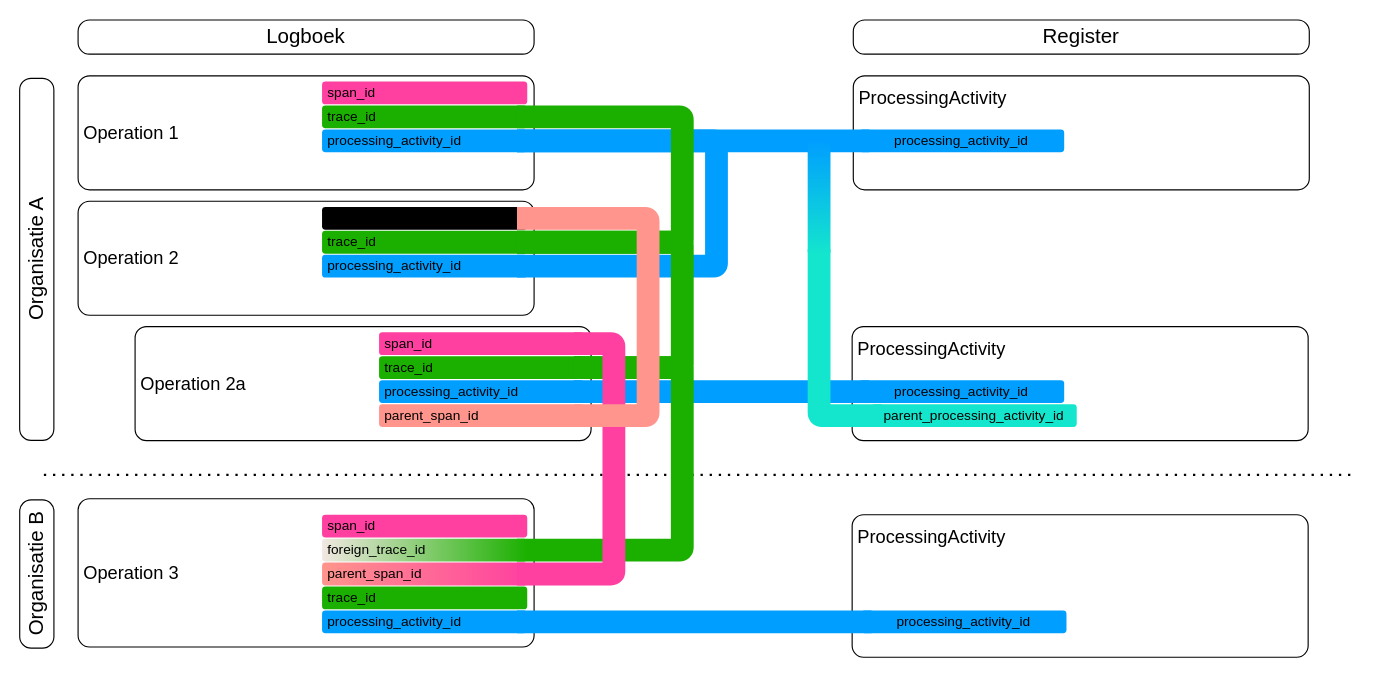
This is page "Totaal-abstract" (2 of 15) of media/LogboekDataVerwerking.drawio from Logius-standaarden/logboek-dataverwerkingen-inleiding, a draw.io file, before an edit. Source tidied: cells renumbered, new cells numbered last; positions are measured from the earlier drawing's top-left corner, leaving out a move shared by most shapes. Both pictures are drawn from the tidied source at 114%, with x=0, y=0 at pixel (-145, 19).
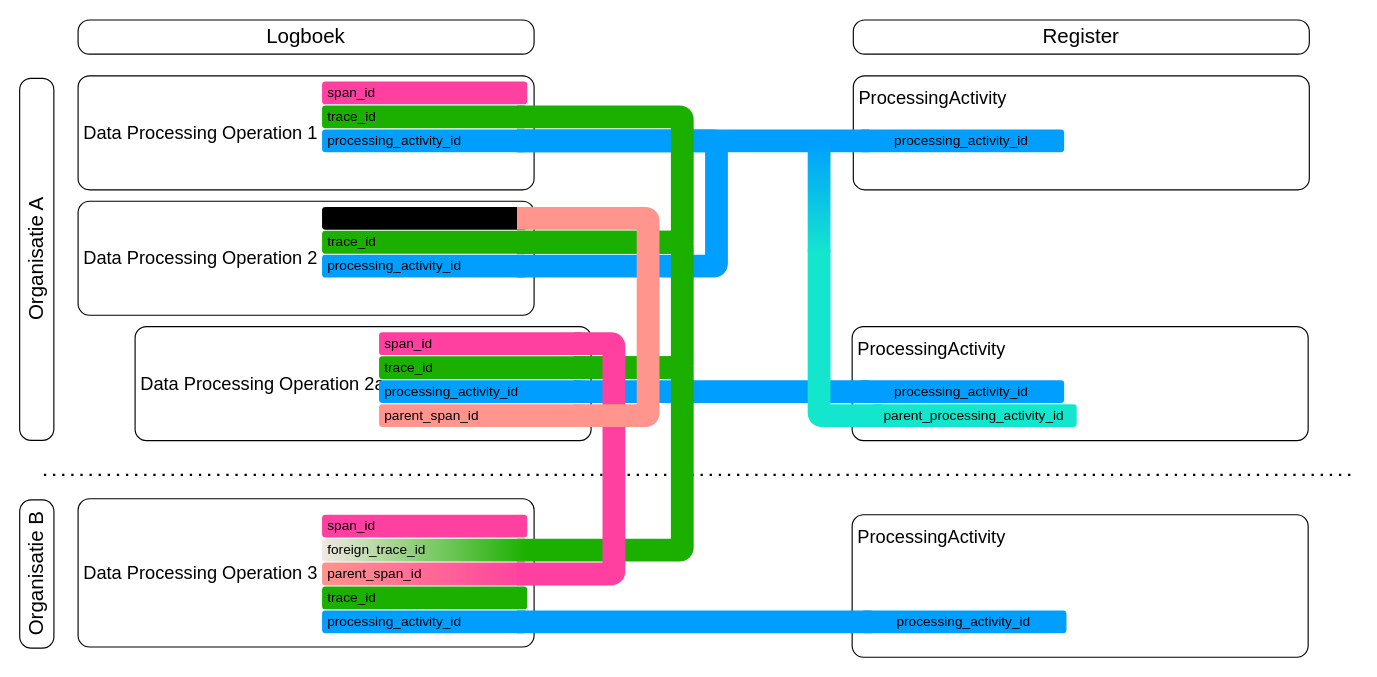
The same diagram, later.

The edit, as a diff of the source:
```diff
@@
-    <mxCell id="2" value="Operation 2" style="rounded=1;whiteSpace=wrap;html=1;align=left;fontSize=16;spacing=5;absoluteArcSize=1;" parent="1" vertex="1">
+    <mxCell id="2" value="Data Processing Operation 2" style="rounded=1;whiteSpace=wrap;html=1;align=left;fontSize=16;spacing=5;absoluteArcSize=1;" parent="1" vertex="1">
       <mxGeometry x="195" y="159" width="400" height="100" as="geometry" />
     </mxCell>
@@
-    <mxCell id="4" value="Operation 1" style="rounded=1;whiteSpace=wrap;html=1;align=left;fontSize=16;spacing=5;absoluteArcSize=1;" parent="1" vertex="1">
+    <mxCell id="4" value="Data Processing Operation 1" style="rounded=1;whiteSpace=wrap;html=1;align=left;fontSize=16;spacing=5;absoluteArcSize=1;" parent="1" vertex="1">
       <mxGeometry x="195" y="49" width="400" height="100" as="geometry" />
     </mxCell>
-    <mxCell id="5" value="Operation 2a" style="rounded=1;whiteSpace=wrap;html=1;align=left;fontSize=16;spacing=5;absoluteArcSize=1;" parent="1" vertex="1">
+    <mxCell id="5" value="Data Processing Operation 2a" style="rounded=1;whiteSpace=wrap;html=1;align=left;fontSize=16;spacing=5;absoluteArcSize=1;" parent="1" vertex="1">
       <mxGeometry x="245" y="269" width="400" height="100" as="geometry" />
     </mxCell>
@@
-    <mxCell id="18" value="Operation 3" style="rounded=1;whiteSpace=wrap;html=1;align=left;fontSize=16;spacing=5;absoluteArcSize=1;" parent="1" vertex="1">
+    <mxCell id="18" value="Data Processing Operation 3" style="rounded=1;whiteSpace=wrap;html=1;align=left;fontSize=16;spacing=5;absoluteArcSize=1;" parent="1" vertex="1">
       <mxGeometry x="195" y="420" width="400" height="130" as="geometry" />
     </mxCell>
```
